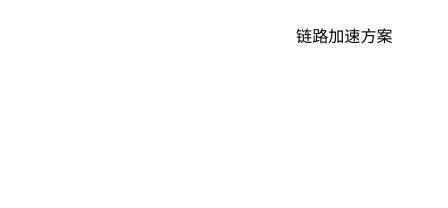
Before: DLC.drawio in yuhuali1989/ui, a draw.io diagram. Source tidied: cells renumbered, new cells numbered last; positions are measured from the earlier drawing's top-left corner, leaving out a move shared by most shapes. Both pictures are drawn from the tidied source at 134%, with x=0, y=0 at pixel (264, 23).
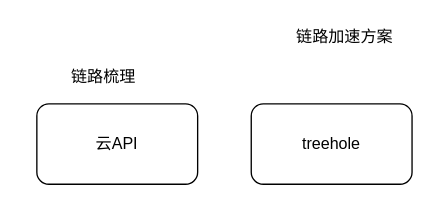
After the change.

What changed in the source:
```diff
@@
 <mxGraphModel>
   <root>
     <mxCell id="0" />
     <mxCell id="1" parent="0" />
     <mxCell id="2" value="链路加速方案" style="text;html=1;strokeColor=none;fillColor=none;align=center;verticalAlign=middle;whiteSpace=wrap;rounded=0;" parent="1" vertex="1">
       <mxGeometry width="120" height="20" as="geometry" />
     </mxCell>
+    <mxCell id="3" value="云API" style="rounded=1;whiteSpace=wrap;html=1;" parent="1" vertex="1">
+      <mxGeometry x="-170" y="60" width="120" height="60" as="geometry" />
+    </mxCell>
+    <mxCell id="4" value="链路梳理" style="text;html=1;strokeColor=none;fillColor=none;align=center;verticalAlign=middle;whiteSpace=wrap;rounded=0;" parent="1" vertex="1">
+      <mxGeometry x="-180" y="30" width="120" height="20" as="geometry" />
+    </mxCell>
+    <mxCell id="5" value="treehole" style="rounded=1;whiteSpace=wrap;html=1;" parent="1" vertex="1">
+      <mxGeometry x="-10" y="60" width="120" height="60" as="geometry" />
+    </mxCell>
   </root>
 </mxGraphModel>
```
